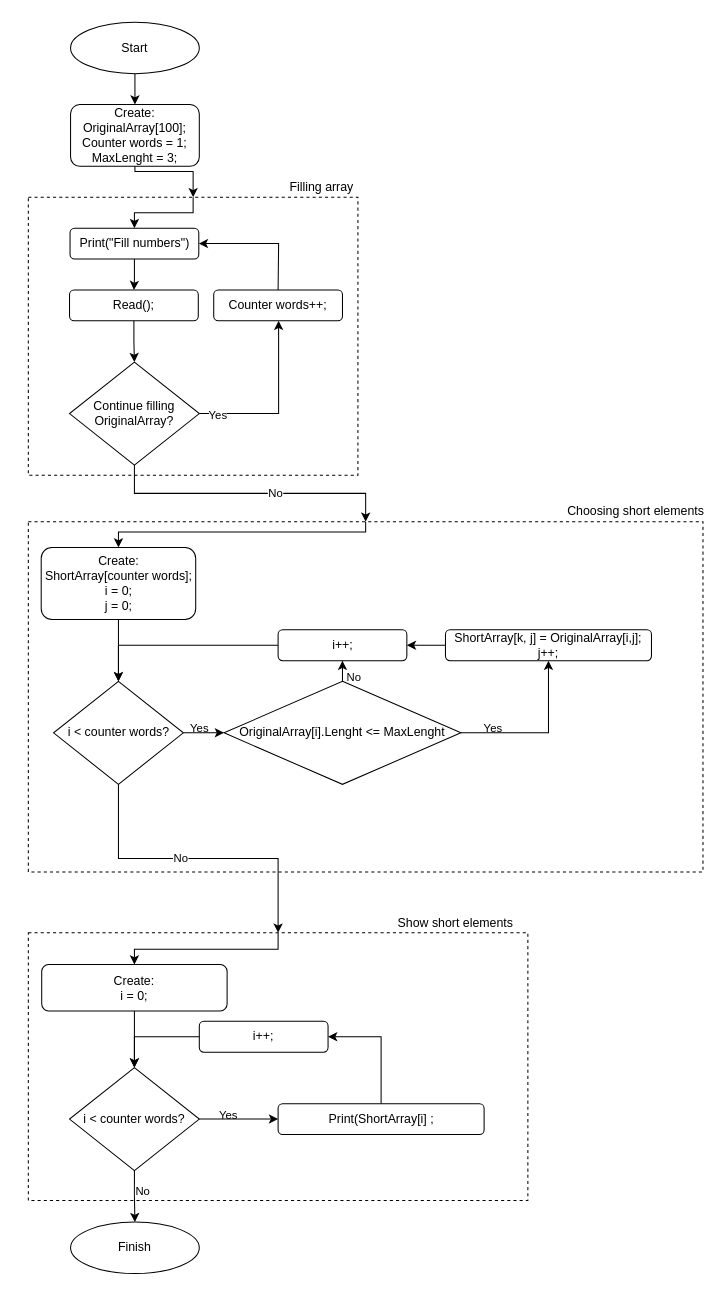
The draw.io diagram Task_1_functional_diagram.drawio in IvanChemezov/Examination, before the edit. Source tidied: cells renumbered, new cells numbered last; positions are measured from the earlier drawing's top-left corner, leaving out a move shared by most shapes. Both pictures are drawn from the tidied source at 103%, with x=0, y=0 at pixel (28, 22).
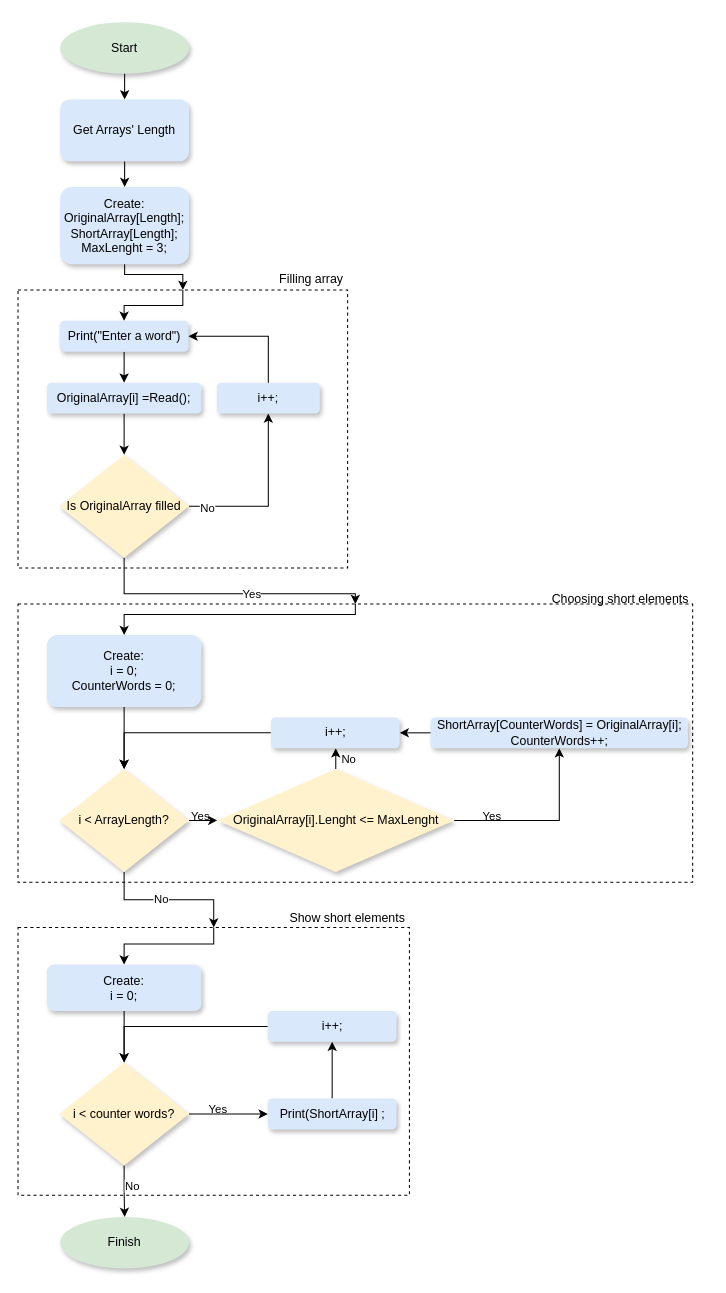
The same diagram, later.

Unchanged cells that the change refers to:
```xml
<mxCell id="19" style="edgeStyle=orthogonalEdgeStyle;rounded=0;jettySize=auto;html=1;" parent="1" edge="1" source="21" target="34">
  <mxGeometry relative="1" as="geometry" />
</mxCell>
<mxCell id="30" style="edgeStyle=orthogonalEdgeStyle;rounded=0;jettySize=auto;html=1;" parent="1" edge="1" source="34" target="39">
  <mxGeometry relative="1" as="geometry" />
</mxCell>
```

What changed in the source:
```diff
@@
     <mxCell id="2" style="rounded=0;whiteSpace=wrap;html=1;fillColor=none;dashed=1;" parent="1" vertex="1">
-      <mxGeometry y="485" width="655" height="340" as="geometry" />
+      <mxGeometry x="-10" y="565" width="655" height="270" as="geometry" />
     </mxCell>
     <mxCell id="3" style="rounded=0;whiteSpace=wrap;html=1;fillColor=none;dashed=1;" parent="1" vertex="1">
-      <mxGeometry y="170" width="320" height="270" as="geometry" />
+      <mxGeometry x="-10" y="260" width="320" height="270" as="geometry" />
     </mxCell>
-    <mxCell id="4" value="Start" style="ellipse;whiteSpace=wrap;html=1;" parent="1" vertex="1">
-      <mxGeometry x="41" width="125" height="50" as="geometry" />
+    <mxCell id="4" value="Start" style="ellipse;whiteSpace=wrap;html=1;fillColor=#d5e8d4;strokeColor=none;shadow=1;" parent="1" vertex="1">
+      <mxGeometry x="31" width="125" height="50" as="geometry" />
     </mxCell>
-    <mxCell id="5" value="Finish" style="ellipse;whiteSpace=wrap;html=1;" parent="1" vertex="1">
-      <mxGeometry x="41" y="1165" width="125" height="50" as="geometry" />
+    <mxCell id="5" value="Finish" style="ellipse;whiteSpace=wrap;html=1;fillColor=#d5e8d4;strokeColor=none;shadow=1;" parent="1" vertex="1">
+      <mxGeometry x="31" y="1160" width="125" height="50" as="geometry" />
     </mxCell>
-    <mxCell id="6" value="Create:&lt;br&gt;OriginalArray[100];&lt;br&gt;Counter words = 1;&lt;br&gt;MaxLenght = 3;" style="rounded=1;whiteSpace=wrap;html=1;" parent="1" vertex="1">
-      <mxGeometry x="41" y="80" width="125" height="60" as="geometry" />
+    <mxCell id="6" value="Create:&lt;br&gt;OriginalArray[Length];&lt;br&gt;ShortArray[Length];&lt;br&gt;MaxLenght = 3;" style="rounded=1;whiteSpace=wrap;html=1;fillColor=#dae8fc;strokeColor=none;shadow=1;" parent="1" vertex="1">
+      <mxGeometry x="31" y="160" width="125" height="75" as="geometry" />
     </mxCell>
-    <mxCell id="7" style="endArrow=classic;html=1;rounded=0;exitX=0.5;exitY=1;exitDx=0;exitDy=0;entryX=0.5;entryY=0;entryDx=0;entryDy=0;" parent="1" edge="1" source="4" target="6">
+    <mxCell id="7" style="endArrow=classic;html=1;rounded=0;exitX=0.5;exitY=1;exitDx=0;exitDy=0;entryX=0.5;entryY=0;entryDx=0;entryDy=0;" parent="1" edge="1" source="4" target="55">
       <mxGeometry relative="1" as="geometry" />
     </mxCell>
     <mxCell id="8" style="edgeStyle=orthogonalEdgeStyle;rounded=0;jettySize=auto;html=1;entryX=0.5;entryY=0;entryDx=0;entryDy=0;" parent="1" edge="1" source="10" target="2">
-      <mxGeometry relative="1" as="geometry" />
+      <mxGeometry relative="1" as="geometry">
+        <Array as="points">
+          <mxPoint x="93" y="555" />
+          <mxPoint x="318" y="555" />
+        </Array>
+      </mxGeometry>
     </mxCell>
-    <mxCell id="9" value="No" style="edgeLabel;html=1;align=center;verticalAlign=middle;" parent="8" vertex="1">
+    <mxCell id="9" value="Yes" style="edgeLabel;html=1;align=center;verticalAlign=middle;" parent="8" vertex="1">
       <mxGeometry x="0.17" relative="1" as="geometry" />
     </mxCell>
-    <mxCell id="10" value="Continue filling OriginalArray?" style="rhombus;whiteSpace=wrap;html=1;" parent="1" vertex="1">
-      <mxGeometry x="40" y="330" width="126" height="100" as="geometry" />
+    <mxCell id="10" value="Is OriginalArray filled" style="rhombus;whiteSpace=wrap;html=1;fillColor=#fff2cc;strokeColor=none;shadow=1;rounded=0;" parent="1" vertex="1">
+      <mxGeometry x="30" y="420" width="126" height="100" as="geometry" />
     </mxCell>
@@
-    <mxCell id="12" value="Print(&quot;Fill numbers&quot;)" style="rounded=1;whiteSpace=wrap;html=1;" parent="1" vertex="1">
-      <mxGeometry x="40.5" y="200" width="125" height="30" as="geometry" />
+    <mxCell id="12" value="Print(&quot;Enter a word&quot;)" style="rounded=1;whiteSpace=wrap;html=1;fillColor=#dae8fc;strokeColor=none;shadow=1;" parent="1" vertex="1">
+      <mxGeometry x="30.5" y="290" width="125" height="30" as="geometry" />
     </mxCell>
@@
-    <mxCell id="14" value="Read();" style="rounded=1;whiteSpace=wrap;html=1;" parent="1" vertex="1">
-      <mxGeometry x="40" y="260" width="125" height="30" as="geometry" />
+    <mxCell id="14" value="OriginalArray[i] =Read();" style="rounded=1;whiteSpace=wrap;html=1;fillColor=#dae8fc;strokeColor=none;shadow=1;" parent="1" vertex="1">
+      <mxGeometry x="18" y="350" width="150" height="30" as="geometry" />
     </mxCell>
     <mxCell id="15" style="edgeStyle=elbowEdgeStyle;elbow=horizontal;endArrow=classic;html=1;rounded=0;exitX=1;exitY=0.5;exitDx=0;exitDy=0;entryX=0.5;entryY=1;entryDx=0;entryDy=0;" parent="1" edge="1" source="10" target="25">
       <mxGeometry relative="1" as="geometry">
         <Array as="points">
-          <mxPoint x="243" y="340" />
-          <mxPoint x="223" y="350" />
+          <mxPoint x="233" y="430" />
+          <mxPoint x="213" y="440" />
         </Array>
       </mxGeometry>
     </mxCell>
-    <mxCell id="16" value="Yes" style="edgeLabel;html=1;align=center;verticalAlign=middle;" parent="15" vertex="1">
+    <mxCell id="16" value="No" style="edgeLabel;html=1;align=center;verticalAlign=middle;" parent="15" vertex="1">
       <mxGeometry x="-0.8" y="-1" relative="1" as="geometry" />
     </mxCell>
@@
     <mxCell id="20" value="Yes" style="edgeLabel;html=1;align=center;verticalAlign=middle;labelBackgroundColor=none;" parent="19" vertex="1">
       <mxGeometry x="0.29" relative="1" as="geometry">
-        <mxPoint x="-10" y="-5" as="offset" />
+        <mxPoint x="1" y="-5" as="offset" />
       </mxGeometry>
     </mxCell>
-    <mxCell id="21" value="i &amp;lt; counter words?" style="rhombus;whiteSpace=wrap;html=1;" parent="1" vertex="1">
-      <mxGeometry x="24.5" y="640" width="126" height="100" as="geometry" />
+    <mxCell id="21" value="i &amp;lt; ArrayLength?" style="rhombus;whiteSpace=wrap;html=1;fillColor=#fff2cc;strokeColor=none;shadow=1;rounded=0;" parent="1" vertex="1">
+      <mxGeometry x="30" y="725" width="126" height="100" as="geometry" />
     </mxCell>
     <mxCell id="22" value="Filling array" style="text;html=1;strokeColor=none;fillColor=none;align=center;verticalAlign=middle;whiteSpace=wrap;rounded=0;dashed=1;" parent="1" vertex="1">
-      <mxGeometry x="250" y="145" width="70" height="30" as="geometry" />
+      <mxGeometry x="240" y="235" width="70" height="30" as="geometry" />
     </mxCell>
@@
-    <mxCell id="24" value="Create:&lt;br&gt;ShortArray[counter words];&lt;br&gt;i = 0;&lt;br&gt;j = 0;" style="rounded=1;whiteSpace=wrap;html=1;" parent="1" vertex="1">
-      <mxGeometry x="12.5" y="510" width="150" height="70" as="geometry" />
+    <mxCell id="24" value="Create:&lt;br&gt;i = 0;&lt;br&gt;CounterWords = 0;" style="rounded=1;whiteSpace=wrap;html=1;fillColor=#dae8fc;strokeColor=none;shadow=1;" parent="1" vertex="1">
+      <mxGeometry x="18" y="595" width="150" height="70" as="geometry" />
     </mxCell>
-    <mxCell id="25" value="Counter words++;" style="rounded=1;whiteSpace=wrap;html=1;" parent="1" vertex="1">
-      <mxGeometry x="180" y="260" width="125" height="30" as="geometry" />
+    <mxCell id="25" value="i++;" style="rounded=1;whiteSpace=wrap;html=1;fillColor=#dae8fc;strokeColor=none;shadow=1;" parent="1" vertex="1">
+      <mxGeometry x="183" y="350" width="100" height="30" as="geometry" />
     </mxCell>
     <mxCell id="26" style="edgeStyle=elbowEdgeStyle;elbow=horizontal;endArrow=classic;html=1;rounded=0;exitX=0.5;exitY=0;exitDx=0;exitDy=0;entryX=1;entryY=0.5;entryDx=0;entryDy=0;" parent="1" edge="1" source="25" target="12">
       <mxGeometry relative="1" as="geometry">
         <Array as="points">
-          <mxPoint x="243" y="240" />
+          <mxPoint x="233" y="330" />
         </Array>
       </mxGeometry>
     </mxCell>
     <mxCell id="27" value="Choosing short elements" style="text;html=1;strokeColor=none;fillColor=none;align=center;verticalAlign=middle;whiteSpace=wrap;rounded=0;dashed=1;" parent="1" vertex="1">
-      <mxGeometry x="520" y="460" width="140" height="30" as="geometry" />
+      <mxGeometry x="505" y="545" width="140" height="30" as="geometry" />
     </mxCell>
     <mxCell id="28" style="rounded=0;whiteSpace=wrap;html=1;fillColor=none;dashed=1;" parent="1" vertex="1">
-      <mxGeometry y="884" width="485" height="260" as="geometry" />
+      <mxGeometry x="-10" y="879" width="380" height="260" as="geometry" />
     </mxCell>
     <mxCell id="29" value="Show short elements" style="text;html=1;strokeColor=none;fillColor=none;align=center;verticalAlign=middle;whiteSpace=wrap;rounded=0;dashed=1;" parent="1" vertex="1">
-      <mxGeometry x="345" y="860" width="140" height="30" as="geometry" />
+      <mxGeometry x="240" y="855" width="140" height="30" as="geometry" />
     </mxCell>
@@
     <mxCell id="31" value="No" style="edgeLabel;html=1;align=center;verticalAlign=middle;" parent="30" vertex="1">
       <mxGeometry x="-0.7" relative="1" as="geometry">
-        <mxPoint x="10" y="4" as="offset" />
+        <mxPoint x="12" y="-7" as="offset" />
       </mxGeometry>
     </mxCell>
@@
-    <mxCell id="34" value="OriginalArray[i].Lenght &amp;lt;= MaxLenght" style="rhombus;whiteSpace=wrap;html=1;" parent="1" vertex="1">
-      <mxGeometry x="190" y="640" width="230" height="100" as="geometry" />
+    <mxCell id="34" value="OriginalArray[i].Lenght &amp;lt;= MaxLenght" style="rhombus;whiteSpace=wrap;html=1;fillColor=#fff2cc;strokeColor=none;shadow=1;rounded=0;" parent="1" vertex="1">
+      <mxGeometry x="183.5" y="725" width="230" height="100" as="geometry" />
     </mxCell>
     <mxCell id="35" style="edgeStyle=elbowEdgeStyle;elbow=vertical;endArrow=classic;html=1;rounded=0;exitX=0.5;exitY=1;exitDx=0;exitDy=0;entryX=0.5;entryY=0;entryDx=0;entryDy=0;" parent="1" edge="1" source="6" target="3">
       <mxGeometry relative="1" as="geometry">
         <Array as="points">
-          <mxPoint x="135" y="145" />
+          <mxPoint x="125" y="245" />
+          <mxPoint x="125" y="235" />
         </Array>
       </mxGeometry>
     </mxCell>
     <mxCell id="36" style="edgeStyle=elbowEdgeStyle;elbow=vertical;endArrow=classic;html=1;rounded=0;exitX=0.5;exitY=0;exitDx=0;exitDy=0;entryX=0.5;entryY=0;entryDx=0;entryDy=0;" parent="1" edge="1" source="3" target="12">
-      <mxGeometry relative="1" as="geometry" />
+      <mxGeometry relative="1" as="geometry">
+        <Array as="points">
+          <mxPoint x="120" y="275" />
+        </Array>
+      </mxGeometry>
     </mxCell>
     <mxCell id="37" style="edgeStyle=orthogonalEdgeStyle;rounded=0;jettySize=auto;html=1;entryX=0.5;entryY=0;entryDx=0;entryDy=0;exitX=0.5;exitY=0;exitDx=0;exitDy=0;" parent="1" edge="1" source="2" target="24">
       <mxGeometry relative="1" as="geometry">
         <Array as="points">
-          <mxPoint x="328" y="495" />
-          <mxPoint x="88" y="495" />
-          <mxPoint x="88" y="510" />
+          <mxPoint x="318" y="575" />
+          <mxPoint x="93" y="575" />
         </Array>
       </mxGeometry>
     </mxCell>
     <mxCell id="38" style="edgeStyle=orthogonalEdgeStyle;rounded=0;jettySize=auto;html=1;entryX=0.5;entryY=0;entryDx=0;entryDy=0;" parent="1" edge="1" source="39" target="21">
       <mxGeometry relative="1" as="geometry">
         <Array as="points">
-          <mxPoint x="88" y="605" />
-          <mxPoint x="88" y="640" />
+          <mxPoint x="93.5" y="690" />
+          <mxPoint x="93.5" y="725" />
         </Array>
       </mxGeometry>
     </mxCell>
-    <mxCell id="39" value="i++;" style="rounded=1;whiteSpace=wrap;html=1;" parent="1" vertex="1">
-      <mxGeometry x="242.5" y="590" width="125" height="30" as="geometry" />
+    <mxCell id="39" value="i++;" style="rounded=1;whiteSpace=wrap;html=1;fillColor=#dae8fc;strokeColor=none;shadow=1;" parent="1" vertex="1">
+      <mxGeometry x="235.5" y="675" width="125" height="30" as="geometry" />
     </mxCell>
-    <mxCell id="40" value="ShortArray[k, j] = OriginalArray[i,j];&lt;br&gt;j++;" style="rounded=1;whiteSpace=wrap;html=1;" parent="1" vertex="1">
-      <mxGeometry x="405" y="590" width="200" height="30" as="geometry" />
+    <mxCell id="40" value="ShortArray[CounterWords] = OriginalArray[i];&lt;br&gt;CounterWords++;" style="rounded=1;whiteSpace=wrap;html=1;fillColor=#dae8fc;strokeColor=none;shadow=1;" parent="1" vertex="1">
+      <mxGeometry x="390.5" y="675" width="250" height="30" as="geometry" />
     </mxCell>
-    <mxCell id="41" style="edgeStyle=orthogonalEdgeStyle;rounded=0;jettySize=auto;html=1;exitX=0;exitY=0.5;exitDx=0;exitDy=0;entryX=1;entryY=0.5;entryDx=0;entryDy=0;" parent="1" edge="1" source="40" target="39">
+    <mxCell id="41" style="edgeStyle=orthogonalEdgeStyle;rounded=0;jettySize=auto;html=1;entryX=1;entryY=0.5;entryDx=0;entryDy=0;exitX=0;exitY=0.5;exitDx=0;exitDy=0;" parent="1" edge="1" source="40" target="39">
       <mxGeometry relative="1" as="geometry">
         <Array as="points">
-          <mxPoint x="390" y="605" />
-          <mxPoint x="390" y="605" />
+          <mxPoint x="375.5" y="690" />
+          <mxPoint x="375.5" y="690" />
         </Array>
       </mxGeometry>
     </mxCell>
@@
-    <mxCell id="44" value="i &amp;lt; counter words?" style="rhombus;whiteSpace=wrap;html=1;" parent="1" vertex="1">
-      <mxGeometry x="40" y="1015" width="126" height="100" as="geometry" />
+    <mxCell id="44" value="i &amp;lt; counter words?" style="rhombus;whiteSpace=wrap;html=1;fillColor=#fff2cc;strokeColor=none;shadow=1;rounded=0;" parent="1" vertex="1">
+      <mxGeometry x="30" y="1010" width="126" height="100" as="geometry" />
     </mxCell>
@@
-    <mxCell id="46" value="Create:&lt;br&gt;i = 0;" style="rounded=1;whiteSpace=wrap;html=1;" parent="1" vertex="1">
-      <mxGeometry x="13" y="915" width="180" height="45" as="geometry" />
+    <mxCell id="46" value="Create:&lt;br&gt;i = 0;" style="rounded=1;whiteSpace=wrap;html=1;fillColor=#dae8fc;strokeColor=none;shadow=1;" parent="1" vertex="1">
+      <mxGeometry x="18" y="915" width="150" height="45" as="geometry" />
     </mxCell>
@@
-    <mxCell id="48" value="i++;" style="rounded=1;whiteSpace=wrap;html=1;" parent="1" vertex="1">
-      <mxGeometry x="166" y="970" width="125" height="30" as="geometry" />
+    <mxCell id="48" value="i++;" style="rounded=1;whiteSpace=wrap;html=1;fillColor=#dae8fc;strokeColor=none;shadow=1;" parent="1" vertex="1">
+      <mxGeometry x="232.5" y="960" width="125" height="30" as="geometry" />
     </mxCell>
-    <mxCell id="49" style="edgeStyle=orthogonalEdgeStyle;rounded=0;jettySize=auto;html=1;entryX=1;entryY=0.5;entryDx=0;entryDy=0;exitX=0.5;exitY=0;exitDx=0;exitDy=0;" parent="1" edge="1" source="50" target="48">
+    <mxCell id="49" style="edgeStyle=orthogonalEdgeStyle;rounded=0;jettySize=auto;html=1;entryX=0.5;entryY=1;entryDx=0;entryDy=0;exitX=0.5;exitY=0;exitDx=0;exitDy=0;" parent="1" edge="1" source="50" target="48">
       <mxGeometry relative="1" as="geometry" />
     </mxCell>
-    <mxCell id="50" value="Print(ShortArray[i] ;" style="rounded=1;whiteSpace=wrap;html=1;" parent="1" vertex="1">
-      <mxGeometry x="242.5" y="1050" width="200" height="30" as="geometry" />
+    <mxCell id="50" value="Print(ShortArray[i] ;" style="rounded=1;whiteSpace=wrap;html=1;fillColor=#dae8fc;strokeColor=none;shadow=1;" parent="1" vertex="1">
+      <mxGeometry x="232.5" y="1045" width="125" height="30" as="geometry" />
     </mxCell>
     <mxCell id="51" style="edgeStyle=orthogonalEdgeStyle;rounded=0;jettySize=auto;html=1;exitX=0.5;exitY=0;exitDx=0;exitDy=0;entryX=0.5;entryY=0;entryDx=0;entryDy=0;" parent="1" edge="1" source="28" target="46">
       <mxGeometry relative="1" as="geometry">
         <Array as="points">
-          <mxPoint x="242" y="900" />
-          <mxPoint x="103" y="900" />
+          <mxPoint x="180" y="895" />
+          <mxPoint x="93" y="895" />
         </Array>
       </mxGeometry>
     </mxCell>
@@
+    <mxCell id="54" style="edgeStyle=orthogonalEdgeStyle;rounded=0;jettySize=auto;html=1;entryX=0.5;entryY=0;entryDx=0;entryDy=0;" parent="1" edge="1" source="55" target="6">
+      <mxGeometry relative="1" as="geometry" />
+    </mxCell>
+    <mxCell id="55" value="Get Arrays' Length" style="rounded=1;whiteSpace=wrap;html=1;fillColor=#dae8fc;strokeColor=none;shadow=1;" parent="1" vertex="1">
+      <mxGeometry x="31" y="75" width="125" height="60" as="geometry" />
+    </mxCell>
```
